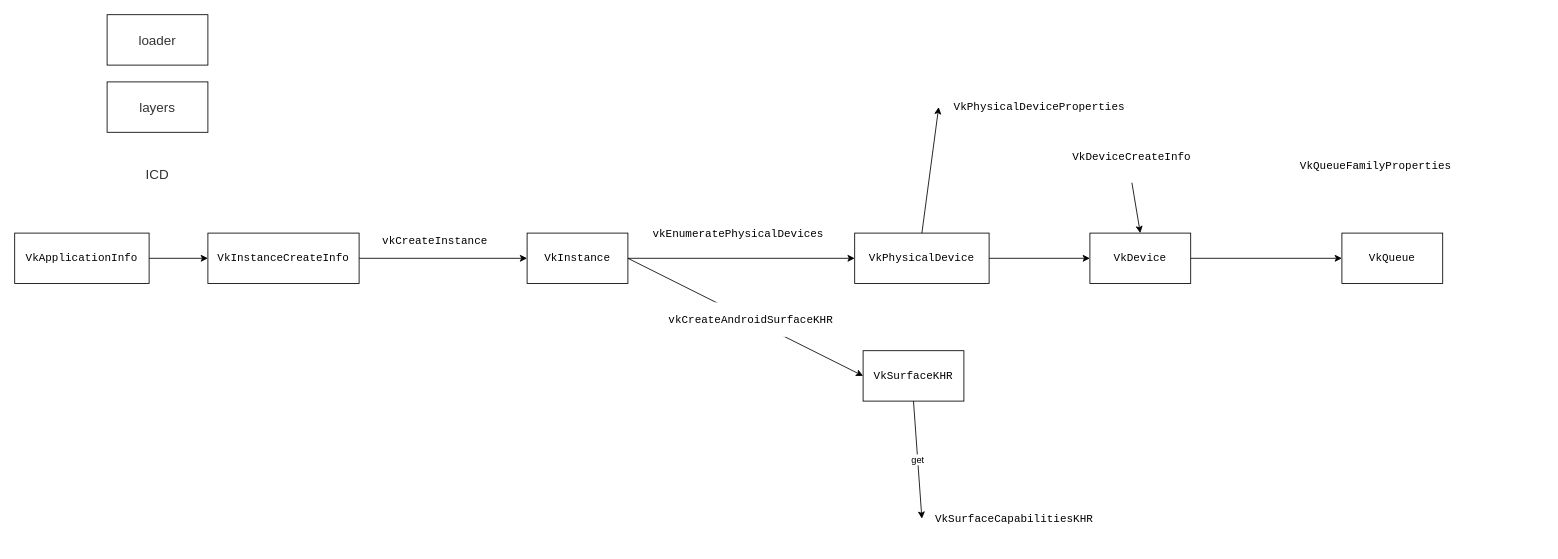
Earlier version of the draw.io diagram vulkan.drawio (loleng/mediatools). Source tidied: cells renumbered, new cells numbered last; positions are measured from the earlier drawing's top-left corner, leaving out a move shared by most shapes. Both pictures are drawn from the tidied source at 84%, with x=0, y=0 at pixel (14, 14).
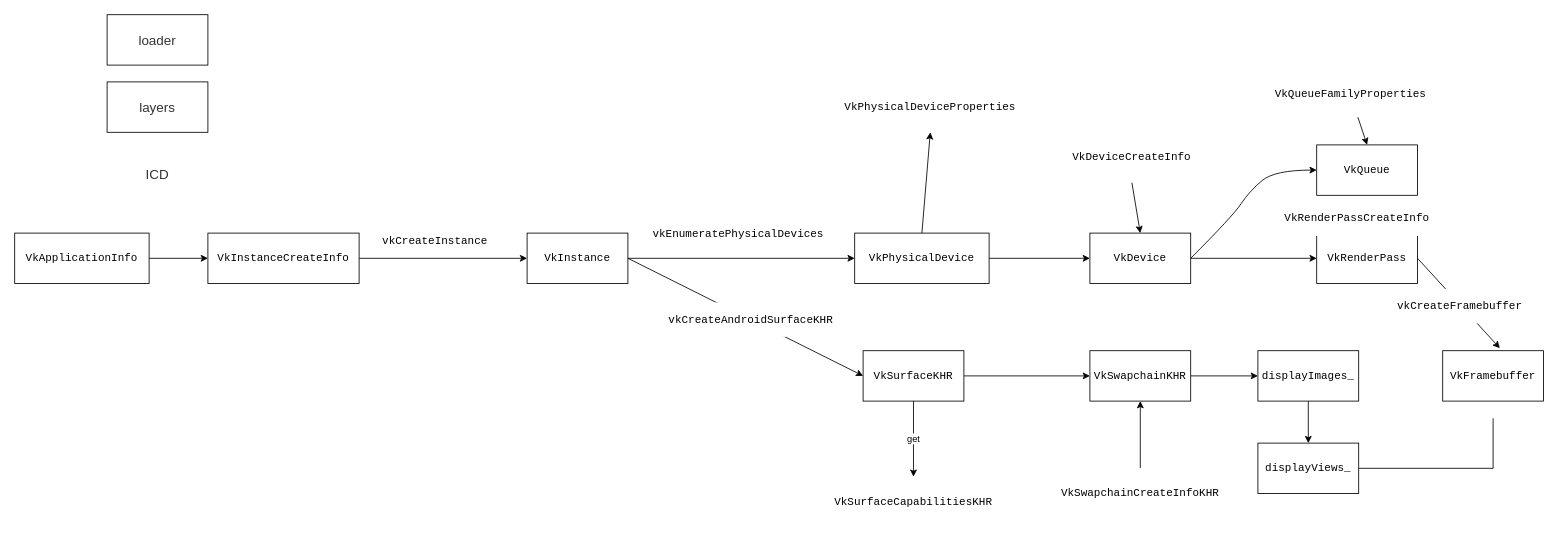
Above is the later version.

Unchanged cells that the change refers to:
```xml
<mxCell id="14" value="&lt;pre style=&quot;font-family: &amp;quot;jetbrains mono&amp;quot;, monospace; font-size: 9.8pt;&quot;&gt;&lt;span style=&quot;&quot;&gt;VkPhysicalDevice&lt;/span&gt;&lt;/pre&gt;" style="whiteSpace=wrap;html=1;fontColor=#000000;fillColor=#FFFFFF;labelBackgroundColor=#FFFFFF;" parent="1" vertex="1">
  <mxGeometry x="1000" y="260" width="160" height="60" as="geometry" />
</mxCell>
<mxCell id="16" value="&lt;pre style=&quot;font-family: &amp;#34;jetbrains mono&amp;#34; , monospace ; font-size: 9.8pt&quot;&gt;VkSurfaceKHR&lt;/pre&gt;" style="whiteSpace=wrap;html=1;fontColor=#000000;fillColor=#FFFFFF;labelBackgroundColor=#FFFFFF;" parent="1" vertex="1">
  <mxGeometry x="1010" y="400" width="120" height="60" as="geometry" />
</mxCell>
<mxCell id="24" value="&lt;pre style=&quot;font-family: &amp;quot;jetbrains mono&amp;quot;, monospace; font-size: 9.8pt;&quot;&gt;&lt;span style=&quot;&quot;&gt;VkDevice&lt;/span&gt;&lt;/pre&gt;" style="whiteSpace=wrap;html=1;fontColor=#000000;fillColor=#FFFFFF;labelBackgroundColor=#FFFFFF;" parent="1" vertex="1">
  <mxGeometry x="1280" y="260" width="120" height="60" as="geometry" />
</mxCell>
```

What changed in the source:
```diff
@@
+    <mxCell id="29" style="edgeStyle=orthogonalEdgeStyle;rounded=0;jettySize=auto;html=1;fontColor=#000000;" parent="1" edge="1" source="16" target="33">
+      <mxGeometry relative="1" as="geometry" />
+    </mxCell>
@@
     <mxCell id="19" value="&lt;pre style=&quot;font-family: &amp;quot;jetbrains mono&amp;quot;, monospace; font-size: 9.8pt;&quot;&gt;&lt;span style=&quot;&quot;&gt;VkPhysicalDeviceProperties&lt;/span&gt;&lt;/pre&gt;" style="rounded=1;whiteSpace=wrap;html=1;labelBackgroundColor=#FFFFFF;fontColor=#000000;strokeColor=#FFFFFF;fillColor=#FFFFFF;" parent="1" vertex="1">
-      <mxGeometry x="1100" y="80" width="240" height="60" as="geometry" />
+      <mxGeometry x="970" y="80" width="240" height="60" as="geometry" />
     </mxCell>
     <mxCell id="20" value="&lt;pre style=&quot;font-family: &amp;quot;jetbrains mono&amp;quot;, monospace; font-size: 9.8pt;&quot;&gt;&lt;span style=&quot;&quot;&gt;VkSurfaceCapabilitiesKHR&lt;/span&gt;&lt;/pre&gt;" style="rounded=1;whiteSpace=wrap;html=1;labelBackgroundColor=#FFFFFF;fontColor=#000000;strokeColor=#FFFFFF;fillColor=#FFFFFF;" parent="1" vertex="1">
-      <mxGeometry x="1080" y="570" width="220" height="60" as="geometry" />
+      <mxGeometry x="960" y="550" width="220" height="60" as="geometry" />
     </mxCell>
-    <mxCell id="21" value="get" style="endArrow=classic;html=1;rounded=0;fontColor=#000000;exitX=0.5;exitY=1;exitDx=0;exitDy=0;entryX=0;entryY=0.5;entryDx=0;entryDy=0;" parent="1" edge="1" source="16" target="20">
+    <mxCell id="21" value="get" style="endArrow=classic;html=1;rounded=0;fontColor=#000000;exitX=0.5;exitY=1;exitDx=0;exitDy=0;entryX=0.5;entryY=0;entryDx=0;entryDy=0;" parent="1" edge="1" source="16" target="20">
       <mxGeometry relative="1" as="geometry" />
     </mxCell>
-    <mxCell id="22" style="endArrow=classic;html=1;rounded=0;fontColor=#000000;exitX=0.5;exitY=0;exitDx=0;exitDy=0;entryX=0;entryY=0.5;entryDx=0;entryDy=0;" parent="1" edge="1" source="14" target="19">
+    <mxCell id="22" style="endArrow=classic;html=1;rounded=0;fontColor=#000000;exitX=0.5;exitY=0;exitDx=0;exitDy=0;entryX=0.5;entryY=1;entryDx=0;entryDy=0;" parent="1" edge="1" source="14" target="19">
       <mxGeometry relative="1" as="geometry" />
     </mxCell>
-    <mxCell id="23" style="edgeStyle=orthogonalEdgeStyle;rounded=0;jettySize=auto;html=1;fontColor=#000000;" parent="1" edge="1" source="24" target="27">
-      <mxGeometry relative="1" as="geometry" />
-    </mxCell>
+    <mxCell id="30" style="edgeStyle=orthogonalEdgeStyle;rounded=0;jettySize=auto;html=1;fontColor=#000000;" parent="1" edge="1" source="24" target="36">
+      <mxGeometry relative="1" as="geometry" />
+    </mxCell>
@@
     <mxCell id="27" value="&lt;pre style=&quot;font-family: &amp;quot;jetbrains mono&amp;quot;, monospace; font-size: 9.8pt;&quot;&gt;&lt;span style=&quot;&quot;&gt;VkQueue&lt;/span&gt;&lt;/pre&gt;" style="whiteSpace=wrap;html=1;fontColor=#000000;fillColor=#FFFFFF;labelBackgroundColor=#FFFFFF;" parent="1" vertex="1">
-      <mxGeometry x="1580" y="260" width="120" height="60" as="geometry" />
+      <mxGeometry x="1550" y="155" width="120" height="60" as="geometry" />
     </mxCell>
     <mxCell id="28" value="&lt;pre style=&quot;font-family: &amp;quot;jetbrains mono&amp;quot;, monospace; font-size: 9.8pt;&quot;&gt;&lt;span style=&quot;&quot;&gt;VkQueueFamilyProperties&lt;/span&gt;&lt;/pre&gt;" style="text;html=1;align=center;verticalAlign=middle;points=[];strokeColor=none;fillColor=none;fontColor=#000000;labelBackgroundColor=default;" parent="1" vertex="1">
-      <mxGeometry x="1520" y="155" width="200" height="50" as="geometry" />
+      <mxGeometry x="1490" y="70" width="200" height="50" as="geometry" />
     </mxCell>
+    <mxCell id="31" style="endArrow=classic;html=1;rounded=0;fontColor=#000000;exitX=0.545;exitY=1.04;exitDx=0;exitDy=0;exitPerimeter=0;entryX=0.5;entryY=0;entryDx=0;entryDy=0;" parent="1" edge="1" source="28" target="27">
+      <mxGeometry relative="1" as="geometry" />
+    </mxCell>
+    <mxCell id="32" style="edgeStyle=orthogonalEdgeStyle;rounded=0;jettySize=auto;html=1;fontColor=#000000;" parent="1" edge="1" source="33" target="39">
+      <mxGeometry relative="1" as="geometry" />
+    </mxCell>
+    <mxCell id="33" value="&lt;pre style=&quot;font-family: &amp;#34;jetbrains mono&amp;#34; , monospace ; font-size: 9.8pt&quot;&gt;&lt;span&gt;&lt;font color=&quot;#000000&quot;&gt;VkSwapchainKHR&lt;/font&gt;&lt;/span&gt;&lt;/pre&gt;" style="whiteSpace=wrap;html=1;fontColor=#FFFFFF;fillColor=#FFFFFF;labelBackgroundColor=#FFFFFF;" parent="1" vertex="1">
+      <mxGeometry x="1280" y="400" width="120" height="60" as="geometry" />
+    </mxCell>
+    <mxCell id="34" style="edgeStyle=orthogonalEdgeStyle;rounded=0;jettySize=auto;html=1;entryX=0.5;entryY=1;entryDx=0;entryDy=0;fontColor=#000000;" parent="1" edge="1" source="35" target="33">
+      <mxGeometry relative="1" as="geometry" />
+    </mxCell>
+    <mxCell id="35" value="&lt;pre style=&quot;font-family: &amp;quot;jetbrains mono&amp;quot;, monospace; font-size: 9.8pt;&quot;&gt;&lt;span style=&quot;&quot;&gt;VkSwapchainCreateInfoKHR&lt;/span&gt;&lt;/pre&gt;" style="whiteSpace=wrap;html=1;labelBackgroundColor=#FFFFFF;fontColor=#000000;strokeColor=#FFFFFF;fillColor=#FFFFFF;" parent="1" vertex="1">
+      <mxGeometry x="1240" y="540" width="200" height="60" as="geometry" />
+    </mxCell>
+    <mxCell id="23" style="curved=1;endArrow=classic;html=1;rounded=0;fontColor=#000000;entryX=0;entryY=0.5;entryDx=0;entryDy=0;exitX=1;exitY=0.5;exitDx=0;exitDy=0;" parent="1" edge="1" source="24" target="27">
+      <mxGeometry relative="1" as="geometry">
+        <Array as="points">
+          <mxPoint x="1450" y="240" />
+          <mxPoint x="1470" y="210" />
+          <mxPoint x="1500" y="185" />
+        </Array>
+      </mxGeometry>
+    </mxCell>
+    <mxCell id="36" value="&lt;pre style=&quot;font-family: &amp;quot;jetbrains mono&amp;quot;, monospace; font-size: 9.8pt;&quot;&gt;&lt;span style=&quot;&quot;&gt;VkRenderPass&lt;/span&gt;&lt;/pre&gt;" style="whiteSpace=wrap;html=1;fontColor=#000000;fillColor=#FFFFFF;labelBackgroundColor=#FFFFFF;" parent="1" vertex="1">
+      <mxGeometry x="1550" y="260" width="120" height="60" as="geometry" />
+    </mxCell>
+    <mxCell id="37" value="&lt;pre style=&quot;font-family: &amp;quot;jetbrains mono&amp;quot;, monospace; font-size: 9.8pt;&quot;&gt;&lt;span style=&quot;&quot;&gt;VkRenderPassCreateInfo&lt;/span&gt;&lt;/pre&gt;" style="text;whiteSpace=wrap;html=1;fontColor=#000000;labelBackgroundColor=default;" parent="1" vertex="1">
+      <mxGeometry x="1510" y="215" width="200" height="60" as="geometry" />
+    </mxCell>
+    <mxCell id="38" style="edgeStyle=orthogonalEdgeStyle;rounded=0;jettySize=auto;html=1;fontColor=#000000;" parent="1" edge="1" source="39" target="41">
+      <mxGeometry relative="1" as="geometry" />
+    </mxCell>
+    <mxCell id="39" value="&lt;pre style=&quot;font-family: &amp;quot;jetbrains mono&amp;quot;, monospace; font-size: 9.8pt;&quot;&gt;&lt;span style=&quot;&quot;&gt;displayImages_&lt;/span&gt;&lt;/pre&gt;" style="whiteSpace=wrap;html=1;fontColor=#000000;fillColor=#FFFFFF;labelBackgroundColor=#FFFFFF;" parent="1" vertex="1">
+      <mxGeometry x="1480" y="400" width="120" height="60" as="geometry" />
+    </mxCell>
+    <mxCell id="40" style="edgeStyle=orthogonalEdgeStyle;rounded=0;jettySize=auto;html=1;fontColor=#000000;entryX=0.5;entryY=1;entryDx=0;entryDy=0;" parent="1" edge="1" source="41" target="43">
+      <mxGeometry relative="1" as="geometry" />
+    </mxCell>
+    <mxCell id="41" value="&lt;pre style=&quot;font-family: &amp;quot;jetbrains mono&amp;quot;, monospace; font-size: 9.8pt;&quot;&gt;&lt;span style=&quot;&quot;&gt;displayViews_&lt;/span&gt;&lt;/pre&gt;" style="whiteSpace=wrap;html=1;fontColor=#000000;fillColor=#FFFFFF;labelBackgroundColor=#FFFFFF;" parent="1" vertex="1">
+      <mxGeometry x="1480" y="510" width="120" height="60" as="geometry" />
+    </mxCell>
+    <mxCell id="42" value="&lt;pre style=&quot;font-family: &amp;#34;jetbrains mono&amp;#34; , monospace ; font-size: 9.8pt&quot;&gt;&lt;pre style=&quot;font-family: &amp;#34;jetbrains mono&amp;#34; , monospace ; font-size: 9.8pt&quot;&gt;&lt;br&gt;&lt;/pre&gt;&lt;/pre&gt;" style="rounded=0;whiteSpace=wrap;html=1;labelBackgroundColor=#FFFFFF;fontColor=#000000;strokeColor=#FFFFFF;fillColor=#FFFFFF;" parent="1" vertex="1">
+      <mxGeometry x="1700" y="420" width="120" height="60" as="geometry" />
+    </mxCell>
+    <mxCell id="43" value="&lt;pre style=&quot;font-family: &amp;#34;jetbrains mono&amp;#34; , monospace ; font-size: 9.8pt&quot;&gt;&lt;pre style=&quot;font-size: 9.8pt ; font-family: &amp;#34;jetbrains mono&amp;#34; , monospace&quot;&gt;VkFramebuffer&lt;/pre&gt;&lt;/pre&gt;" style="whiteSpace=wrap;html=1;fontColor=#000000;fillColor=#FFFFFF;labelBackgroundColor=#FFFFFF;" parent="1" vertex="1">
+      <mxGeometry x="1700" y="400" width="120" height="60" as="geometry" />
+    </mxCell>
+    <mxCell id="44" style="endArrow=classic;html=1;rounded=0;fontColor=#000000;exitX=1;exitY=0.5;exitDx=0;exitDy=0;entryX=0.567;entryY=-0.05;entryDx=0;entryDy=0;entryPerimeter=0;" parent="1" edge="1" source="36" target="43">
+      <mxGeometry relative="1" as="geometry" />
+    </mxCell>
+    <mxCell id="45" value="&lt;pre style=&quot;font-family: &amp;quot;jetbrains mono&amp;quot;, monospace; font-size: 9.8pt;&quot;&gt;vkCreateFramebuffer&lt;/pre&gt;" style="edgeLabel;html=1;align=center;verticalAlign=middle;fontColor=#000000;labelBackgroundColor=#FFFFFF;" parent="44" vertex="1">
+      <mxGeometry x="0.04" y="-2" relative="1" as="geometry" />
+    </mxCell>
```
